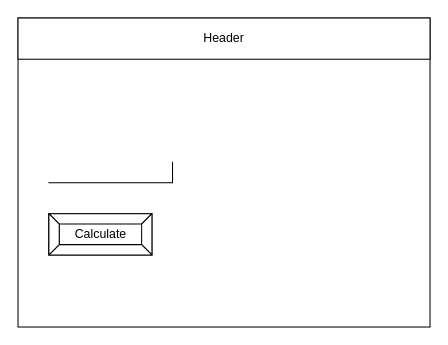
Before: design/story-board.drawio in parsa-tahavori/ICS2O-UNIT5-6-, a draw.io diagram. Source tidied: cells renumbered, new cells numbered last; positions are measured from the earlier drawing's top-left corner, leaving out a move shared by most shapes. Both pictures are drawn from the tidied source at 103%, with x=0, y=0 at pixel (18, 18).
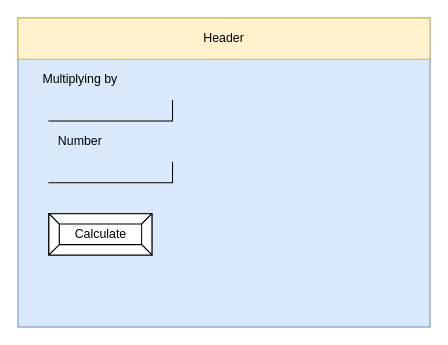
Above is the later version.

Diff of the diagram source:
```diff
@@
 <mxGraphModel>
   <root>
     <mxCell id="0" />
     <mxCell id="1" parent="0" />
-    <mxCell id="2" style="rounded=0;whiteSpace=wrap;html=1;" parent="1" vertex="1">
+    <mxCell id="2" style="rounded=0;whiteSpace=wrap;html=1;fillColor=#dae8fc;strokeColor=#6c8ebf;" parent="1" vertex="1">
       <mxGeometry width="400" height="300" as="geometry" />
     </mxCell>
-    <mxCell id="3" value="Header" style="rounded=0;whiteSpace=wrap;html=1;" parent="1" vertex="1">
+    <mxCell id="3" value="Header" style="rounded=0;whiteSpace=wrap;html=1;fillColor=#fff2cc;strokeColor=#d6b656;" parent="1" vertex="1">
       <mxGeometry width="400" height="40" as="geometry" />
     </mxCell>
     <mxCell id="4" style="shape=partialRectangle;whiteSpace=wrap;html=1;top=0;left=0;fillColor=none;" parent="1" vertex="1">
-      <mxGeometry x="30" y="140" width="120" height="20" as="geometry" />
+      <mxGeometry x="30" y="80" width="120" height="20" as="geometry" />
     </mxCell>
     <mxCell id="5" value="Calculate" style="labelPosition=center;verticalLabelPosition=middle;align=center;html=1;shape=mxgraph.basic.button;dx=10;" parent="1" vertex="1">
       <mxGeometry x="30" y="190" width="100" height="40" as="geometry" />
     </mxCell>
+    <mxCell id="6" style="shape=partialRectangle;whiteSpace=wrap;html=1;top=0;left=0;fillColor=none;" parent="1" vertex="1">
+      <mxGeometry x="30" y="140" width="120" height="20" as="geometry" />
+    </mxCell>
+    <mxCell id="7" value="Multiplying by" style="text;html=1;align=center;verticalAlign=middle;strokeColor=none;fillColor=none;" parent="1" vertex="1">
+      <mxGeometry x="15" y="50" width="90" height="20" as="geometry" />
+    </mxCell>
+    <mxCell id="8" value="Number" style="text;html=1;align=center;verticalAlign=middle;strokeColor=none;fillColor=none;" parent="1" vertex="1">
+      <mxGeometry x="30" y="110" width="60" height="20" as="geometry" />
+    </mxCell>
   </root>
 </mxGraphModel>
```
